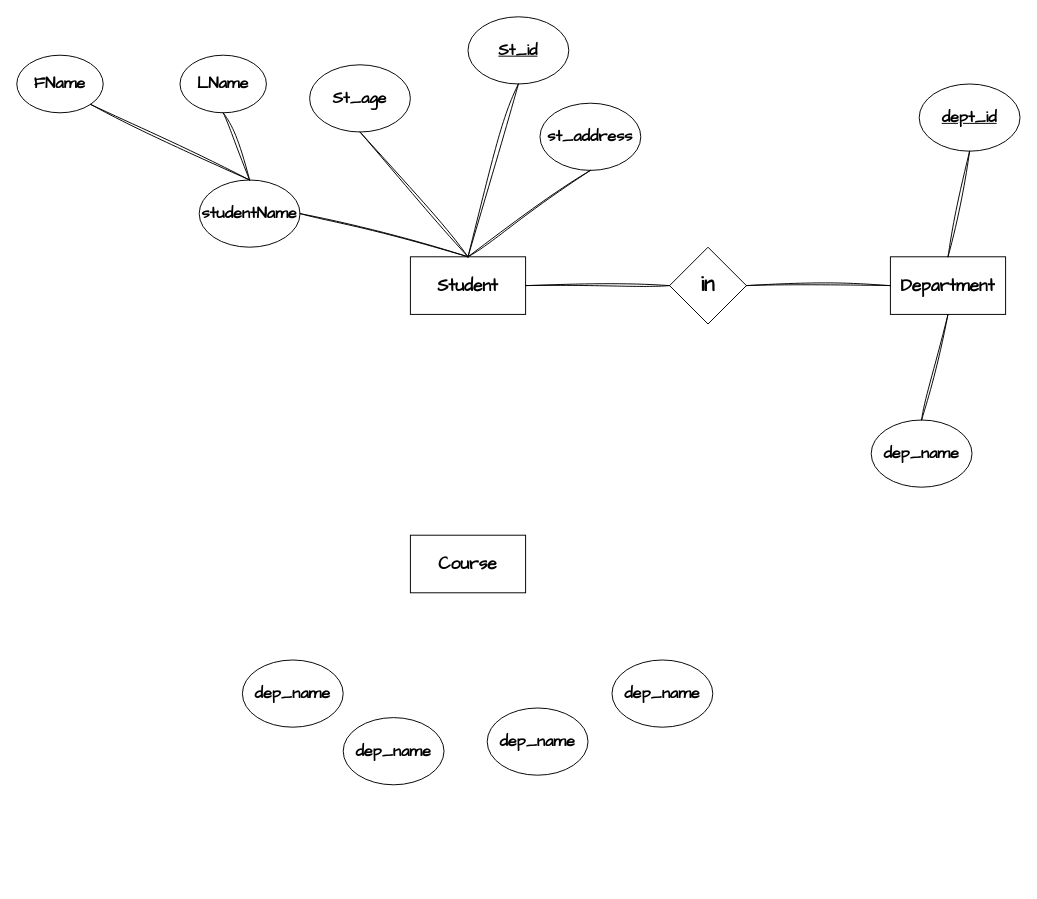
Earlier version of the draw.io diagram Erd1.drawio (you22ef/ERDs). Source tidied: cells renumbered, new cells numbered last; positions are measured from the earlier drawing's top-left corner, leaving out a move shared by most shapes. Both pictures are drawn from the tidied source at 96%, with x=0, y=0 at pixel (16, 16).
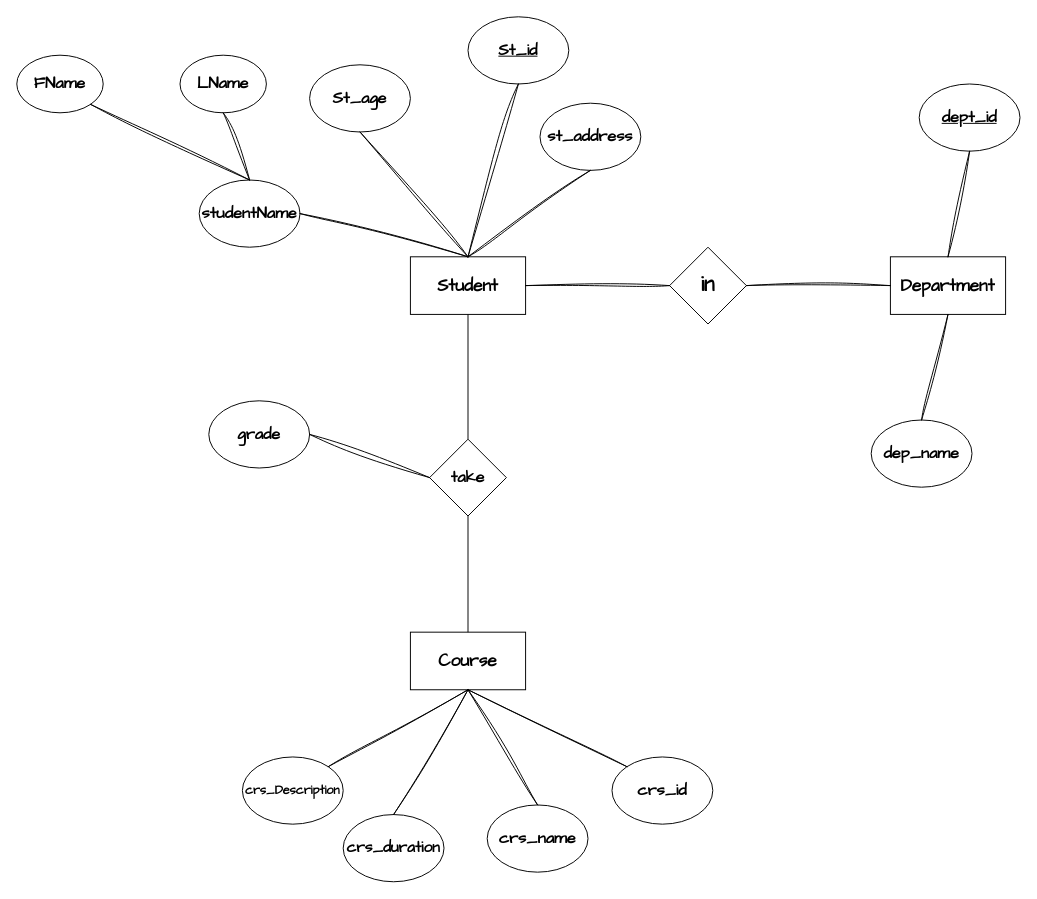
The same page after the edit.

Unchanged cells that the change refers to:
```xml
<mxCell id="2" value="&lt;font face=&quot;Architects Daughter&quot; style=&quot;font-size: 18px;&quot;&gt;&lt;b&gt;Student&lt;/b&gt;&lt;/font&gt;" style="rounded=0;whiteSpace=wrap;html=1;" parent="1" vertex="1">
  <mxGeometry x="410" y="250" width="120" height="60" as="geometry" />
</mxCell>
```

The edit, as a diff of the source:
```diff
@@
     <mxCell id="23" value="&lt;font face=&quot;Architects Daughter&quot; style=&quot;font-size: 18px;&quot;&gt;&lt;b&gt;Course&lt;/b&gt;&lt;/font&gt;" style="rounded=0;whiteSpace=wrap;html=1;" parent="1" vertex="1">
-      <mxGeometry x="410" y="540" width="120" height="60" as="geometry" />
+      <mxGeometry x="410" y="641" width="120" height="60" as="geometry" />
     </mxCell>
-    <mxCell id="24" value="&lt;span id=&quot;docs-internal-guid-887ece5b-7fff-2531-cd6d-e7d68904abee&quot;&gt;&lt;span style=&quot;background-color: transparent; font-variant-numeric: normal; font-variant-east-asian: normal; font-variant-alternates: normal; font-variant-position: normal; vertical-align: baseline; white-space-collapse: preserve;&quot;&gt;&lt;font face=&quot;Architects Daughter&quot; style=&quot;font-size: 17px;&quot;&gt;&lt;b&gt;dep_name&lt;/b&gt;&lt;/font&gt;&lt;/span&gt;&lt;/span&gt;" style="ellipse;whiteSpace=wrap;html=1;" parent="1" vertex="1">
-      <mxGeometry x="620" y="670" width="105" height="70" as="geometry" />
+    <mxCell id="24" value="&lt;span id=&quot;docs-internal-guid-43af0681-7fff-e2c8-2b23-7273ec991136&quot;&gt;&lt;span style=&quot;background-color: transparent; font-variant-numeric: normal; font-variant-east-asian: normal; font-variant-alternates: normal; font-variant-position: normal; vertical-align: baseline; white-space-collapse: preserve;&quot;&gt;&lt;font face=&quot;Architects Daughter&quot; style=&quot;font-size: 17px;&quot;&gt;&lt;b&gt;crs_id&lt;/b&gt;&lt;/font&gt;&lt;/span&gt;&lt;/span&gt;" style="ellipse;whiteSpace=wrap;html=1;" parent="1" vertex="1">
+      <mxGeometry x="620" y="771" width="105" height="70" as="geometry" />
     </mxCell>
-    <mxCell id="25" value="&lt;span id=&quot;docs-internal-guid-887ece5b-7fff-2531-cd6d-e7d68904abee&quot;&gt;&lt;span style=&quot;background-color: transparent; font-variant-numeric: normal; font-variant-east-asian: normal; font-variant-alternates: normal; font-variant-position: normal; vertical-align: baseline; white-space-collapse: preserve;&quot;&gt;&lt;font face=&quot;Architects Daughter&quot; style=&quot;font-size: 17px;&quot;&gt;&lt;b&gt;dep_name&lt;/b&gt;&lt;/font&gt;&lt;/span&gt;&lt;/span&gt;" style="ellipse;whiteSpace=wrap;html=1;" parent="1" vertex="1">
-      <mxGeometry x="490" y="720" width="105" height="70" as="geometry" />
+    <mxCell id="25" value="&lt;span id=&quot;docs-internal-guid-01ee29d6-7fff-484d-0e62-19239c2329ea&quot;&gt;&lt;span style=&quot;background-color: transparent; font-variant-numeric: normal; font-variant-east-asian: normal; font-variant-alternates: normal; font-variant-position: normal; vertical-align: baseline; white-space-collapse: preserve;&quot;&gt;&lt;font face=&quot;Architects Daughter&quot; style=&quot;font-size: 17px;&quot;&gt;&lt;b&gt;crs_name&lt;/b&gt;&lt;/font&gt;&lt;/span&gt;&lt;/span&gt;" style="ellipse;whiteSpace=wrap;html=1;" parent="1" vertex="1">
+      <mxGeometry x="490" y="821" width="105" height="70" as="geometry" />
     </mxCell>
-    <mxCell id="26" value="&lt;span id=&quot;docs-internal-guid-887ece5b-7fff-2531-cd6d-e7d68904abee&quot;&gt;&lt;span style=&quot;background-color: transparent; font-variant-numeric: normal; font-variant-east-asian: normal; font-variant-alternates: normal; font-variant-position: normal; vertical-align: baseline; white-space-collapse: preserve;&quot;&gt;&lt;font face=&quot;Architects Daughter&quot; style=&quot;font-size: 17px;&quot;&gt;&lt;b&gt;dep_name&lt;/b&gt;&lt;/font&gt;&lt;/span&gt;&lt;/span&gt;" style="ellipse;whiteSpace=wrap;html=1;" parent="1" vertex="1">
-      <mxGeometry x="340" y="730" width="105" height="70" as="geometry" />
+    <mxCell id="26" value="&lt;span id=&quot;docs-internal-guid-2c935f62-7fff-73f3-4a3a-77eb24b86415&quot;&gt;&lt;span style=&quot;background-color: transparent; font-variant-numeric: normal; font-variant-east-asian: normal; font-variant-alternates: normal; font-variant-position: normal; vertical-align: baseline; white-space-collapse: preserve;&quot;&gt;&lt;font size=&quot;1&quot; face=&quot;Architects Daughter&quot; style=&quot;&quot;&gt;&lt;b style=&quot;font-size: 16px;&quot;&gt;crs_duration&lt;/b&gt;&lt;/font&gt;&lt;/span&gt;&lt;/span&gt;" style="ellipse;whiteSpace=wrap;html=1;" parent="1" vertex="1">
+      <mxGeometry x="340" y="831" width="105" height="70" as="geometry" />
     </mxCell>
-    <mxCell id="27" value="&lt;span id=&quot;docs-internal-guid-887ece5b-7fff-2531-cd6d-e7d68904abee&quot;&gt;&lt;span style=&quot;background-color: transparent; font-variant-numeric: normal; font-variant-east-asian: normal; font-variant-alternates: normal; font-variant-position: normal; vertical-align: baseline; white-space-collapse: preserve;&quot;&gt;&lt;font face=&quot;Architects Daughter&quot; style=&quot;font-size: 17px;&quot;&gt;&lt;b&gt;dep_name&lt;/b&gt;&lt;/font&gt;&lt;/span&gt;&lt;/span&gt;" style="ellipse;whiteSpace=wrap;html=1;" parent="1" vertex="1">
-      <mxGeometry x="235" y="670" width="105" height="70" as="geometry" />
+    <mxCell id="27" value="&lt;span id=&quot;docs-internal-guid-6670893b-7fff-c61d-ac6f-b78a9d260510&quot;&gt;&lt;span style=&quot;background-color: transparent; font-variant-numeric: normal; font-variant-east-asian: normal; font-variant-alternates: normal; font-variant-position: normal; vertical-align: baseline; white-space-collapse: preserve;&quot;&gt;&lt;font size=&quot;1&quot; face=&quot;Architects Daughter&quot; style=&quot;&quot;&gt;&lt;b style=&quot;font-size: 13px;&quot;&gt;crs_Description&lt;/b&gt;&lt;/font&gt;&lt;/span&gt;&lt;/span&gt;" style="ellipse;whiteSpace=wrap;html=1;" parent="1" vertex="1">
+      <mxGeometry x="235" y="771" width="105" height="70" as="geometry" />
     </mxCell>
+    <mxCell id="28" style="endArrow=none;html=1;rounded=0;entryX=0.5;entryY=1;entryDx=0;entryDy=0;exitX=1;exitY=0;exitDx=0;exitDy=0;sketch=1;curveFitting=1;jiggle=2;" parent="1" edge="1" source="27" target="23">
+      <mxGeometry relative="1" as="geometry" />
+    </mxCell>
+    <mxCell id="29" style="endArrow=none;html=1;rounded=0;exitX=0.5;exitY=0;exitDx=0;exitDy=0;sketch=1;curveFitting=1;jiggle=2;" parent="1" edge="1" source="26">
+      <mxGeometry relative="1" as="geometry">
+        <mxPoint x="470" y="701" as="targetPoint" />
+      </mxGeometry>
+    </mxCell>
+    <mxCell id="30" style="endArrow=none;html=1;rounded=0;entryX=0.5;entryY=1;entryDx=0;entryDy=0;exitX=0.5;exitY=0;exitDx=0;exitDy=0;sketch=1;curveFitting=1;jiggle=2;" parent="1" edge="1" source="25" target="23">
+      <mxGeometry relative="1" as="geometry" />
+    </mxCell>
+    <mxCell id="31" style="endArrow=none;html=1;rounded=0;entryX=0.5;entryY=1;entryDx=0;entryDy=0;exitX=0;exitY=0;exitDx=0;exitDy=0;sketch=1;curveFitting=1;jiggle=2;" parent="1" edge="1" source="24" target="23">
+      <mxGeometry relative="1" as="geometry" />
+    </mxCell>
+    <mxCell id="32" value="&lt;font face=&quot;Architects Daughter&quot; style=&quot;font-size: 17px;&quot;&gt;&lt;b&gt;take&lt;/b&gt;&lt;/font&gt;" style="rhombus;whiteSpace=wrap;html=1;" parent="1" vertex="1">
+      <mxGeometry x="430" y="440" width="80" height="80" as="geometry" />
+    </mxCell>
+    <mxCell id="33" style="endArrow=none;html=1;rounded=0;entryX=0.5;entryY=1;entryDx=0;entryDy=0;exitX=0.5;exitY=0;exitDx=0;exitDy=0;" parent="1" edge="1" source="32" target="2">
+      <mxGeometry relative="1" as="geometry" />
+    </mxCell>
+    <mxCell id="34" style="endArrow=none;html=1;rounded=0;entryX=0.5;entryY=1;entryDx=0;entryDy=0;exitX=0.5;exitY=0;exitDx=0;exitDy=0;" parent="1" edge="1" source="23" target="32">
+      <mxGeometry relative="1" as="geometry" />
+    </mxCell>
+    <mxCell id="35" value="&lt;font face=&quot;Architects Daughter&quot; style=&quot;font-size: 17px;&quot;&gt;&lt;b&gt;grade&lt;/b&gt;&lt;/font&gt;" style="ellipse;whiteSpace=wrap;html=1;" parent="1" vertex="1">
+      <mxGeometry x="200" y="400" width="105" height="70" as="geometry" />
+    </mxCell>
+    <mxCell id="36" style="endArrow=none;html=1;rounded=0;entryX=0;entryY=0.5;entryDx=0;entryDy=0;exitX=1;exitY=0.5;exitDx=0;exitDy=0;sketch=1;curveFitting=1;jiggle=2;" parent="1" edge="1" source="35" target="32">
+      <mxGeometry relative="1" as="geometry" />
+    </mxCell>
```
